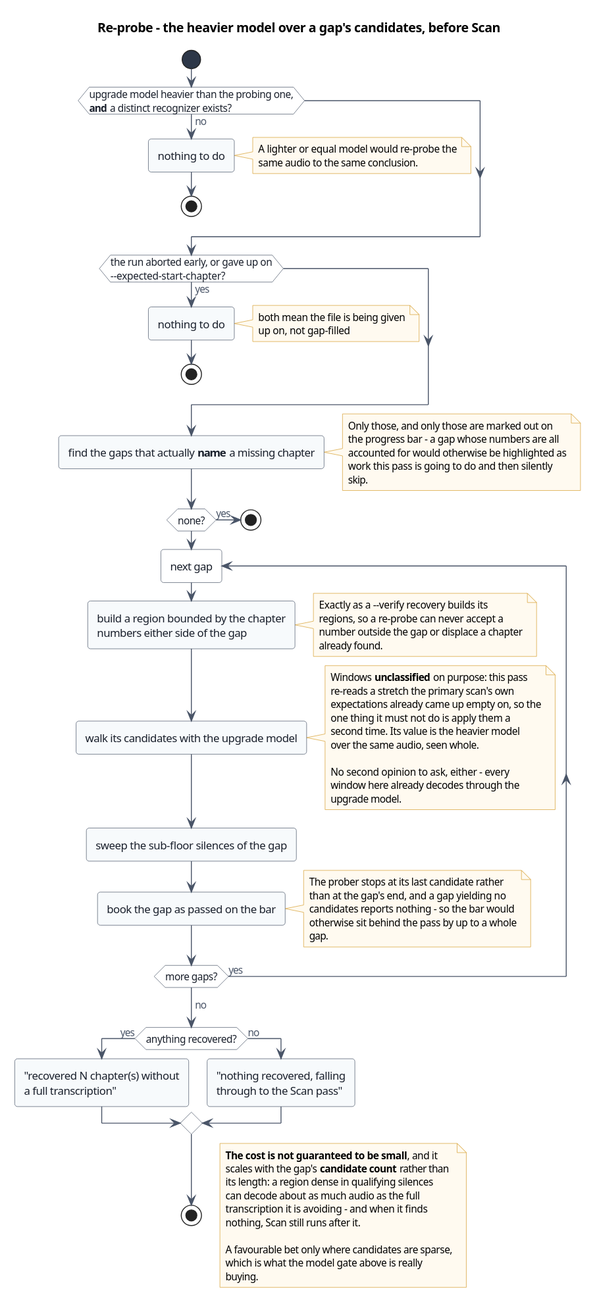
The PlantUML diagram doc/diagrams/activity-phase-reprobe.svg in Inguiotar/ABChapterize, before a commit.
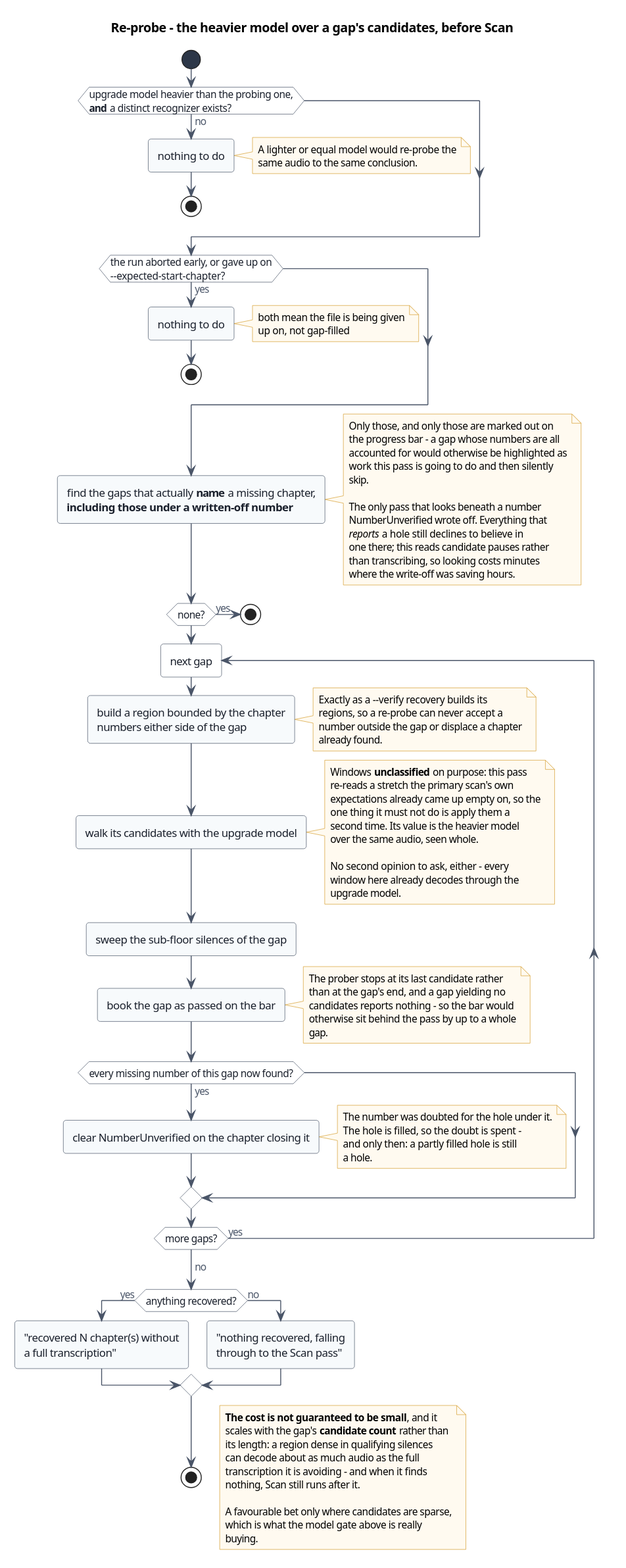
The same diagram one commit later.

The edit, as a diff of the source:
```diff
@@ -17,13 +17,21 @@
   stop
 endif
 
-:find the gaps that actually **name** a missing chapter;
+:find the gaps that actually **name** a missing chapter,
+**including those under a written-off number**;
 note right
   Only those, and only those are marked out on
   the progress bar - a gap whose numbers are all
   accounted for would otherwise be highlighted as
   work this pass is going to do and then silently
   skip.
+
+  The only pass that looks beneath a number
+  NumberUnverified wrote off. Everything that
+  //reports// a hole still declines to believe in
+  one there; this reads candidate pauses rather
+  than transcribing, so looking costs minutes
+  where the write-off was saving hours.
 end note
 if (none?) then (yes)
   stop
@@ -59,6 +67,15 @@
     otherwise sit behind the pass by up to a whole
     gap.
   end note
+  if (every missing number of this gap now found?) then (yes)
+    :clear NumberUnverified on the chapter closing it;
+    note right
+      The number was doubted for the hole under it.
+      The hole is filled, so the doubt is spent -
+      and only then: a partly filled hole is still
+      a hole.
+    end note
+  endif
 repeat while (more gaps?) is (yes)
 ->no;
 
```
